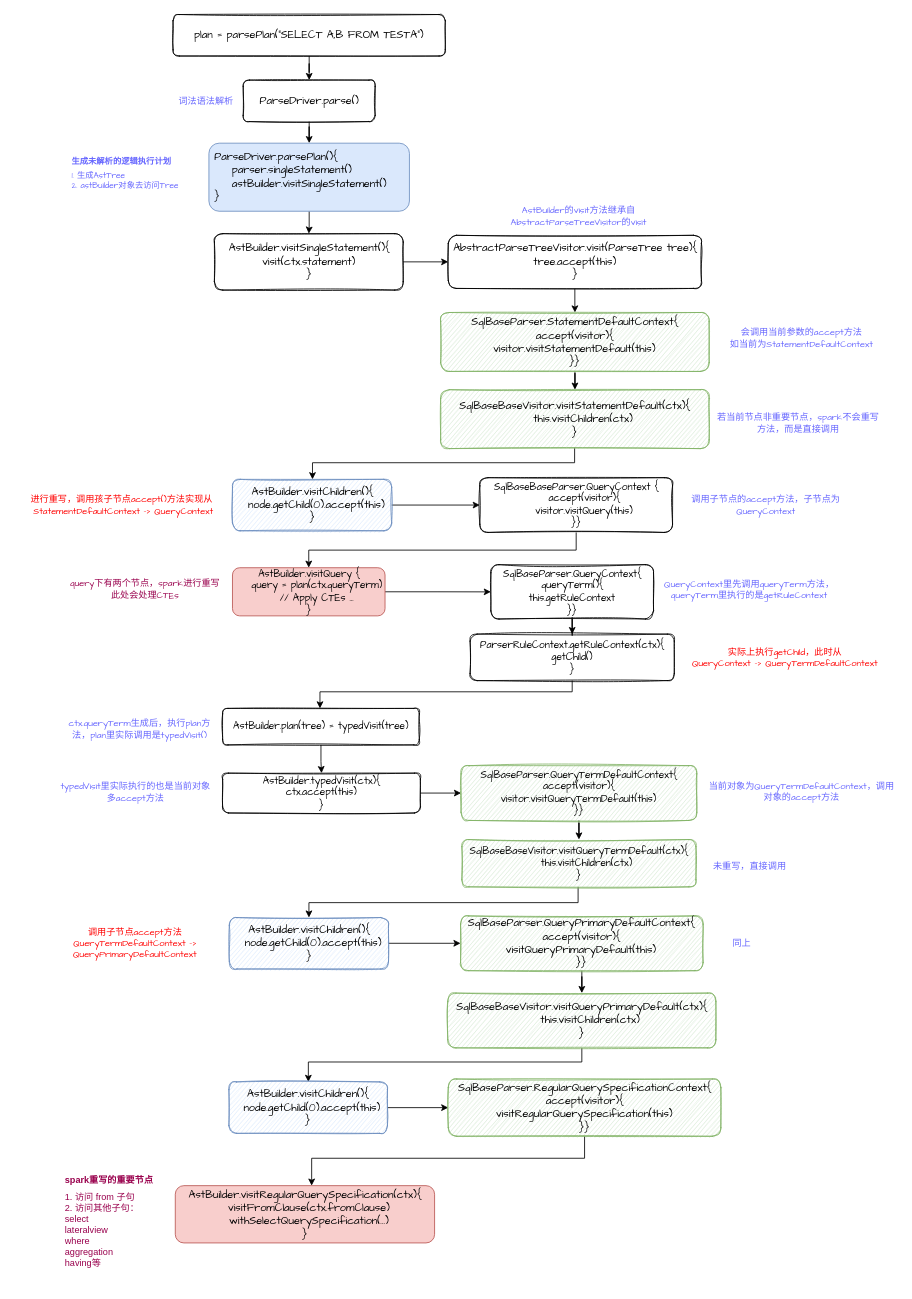
The draw.io diagram unresolved_logical_plan.drawio in kirito1015/spark_source.sql, before the edit. Source tidied: cells renumbered, new cells numbered last; positions are measured from the earlier drawing's top-left corner, leaving out a move shared by most shapes. Both pictures are drawn from the tidied source at 83%, with x=0, y=0 at pixel (14, 14).
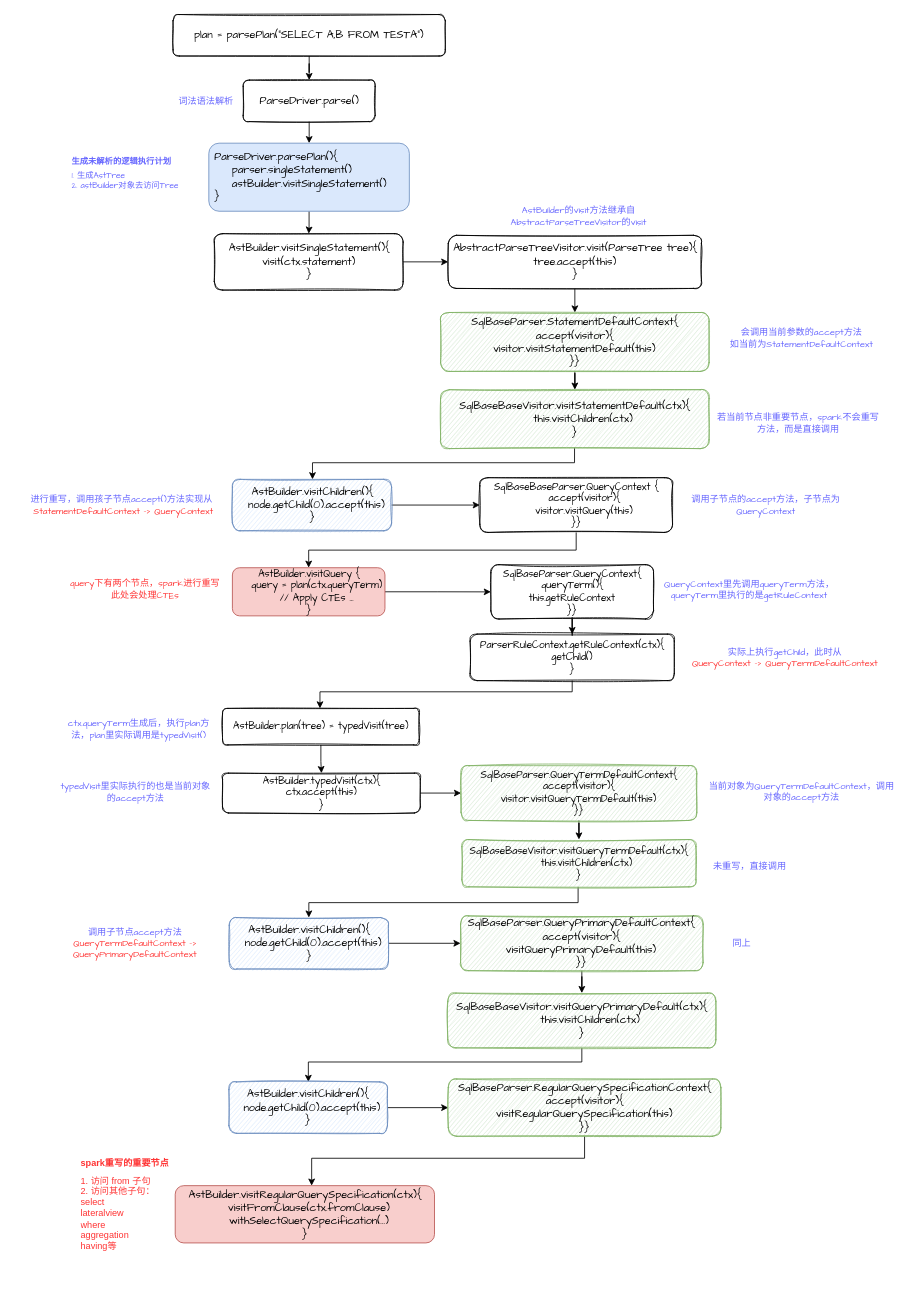
Above is the later version.

The edit, as a diff of the source:
```diff
@@
     <mxCell id="8" value="&lt;div&gt;&lt;font&gt;&lt;span style=&quot;font-size: 13.0667px&quot;&gt;&amp;nbsp;ParseDriver.parsePlan(){&lt;/span&gt;&lt;/font&gt;&lt;/div&gt;&lt;div&gt;&lt;font&gt;&lt;span style=&quot;font-size: 13.0667px&quot;&gt;&amp;nbsp; &amp;nbsp; &amp;nbsp;parser.singleStatement()&lt;/span&gt;&lt;span style=&quot;font-size: 13.0667px&quot;&gt;&lt;br&gt;&lt;/span&gt;&lt;/font&gt;&lt;/div&gt;&lt;div&gt;&lt;font&gt;&lt;span style=&quot;font-size: 13.0667px&quot;&gt;&amp;nbsp; &amp;nbsp; &amp;nbsp;astBuilder.visitSingleStatement()&lt;/span&gt;&lt;span style=&quot;font-size: 13.0667px&quot;&gt;&lt;br&gt;&lt;/span&gt;&lt;/font&gt;&lt;/div&gt;&lt;div&gt;&lt;font&gt;&lt;span style=&quot;font-size: 13.0667px&quot;&gt;&amp;nbsp;}&lt;/span&gt;&lt;/font&gt;&lt;/div&gt;" style="rounded=1;whiteSpace=wrap;html=1;sketch=0;fillColor=#dae8fc;strokeColor=#6c8ebf;shadow=0;glass=0;labelBackgroundColor=none;fontFamily=Comic Sans MS;align=left;" parent="1" vertex="1">
-      <mxGeometry x="234.2" y="155" width="241.6" height="82" as="geometry" />
+      <mxGeometry x="234.1" y="155" width="241.6" height="82" as="geometry" />
     </mxCell>
@@
     <mxCell id="10" value="&lt;div&gt;&lt;div&gt;&lt;span style=&quot;font-size: 13.0667px&quot;&gt;AstBuilder.visitSingleStatement(){&lt;/span&gt;&lt;/div&gt;&lt;div&gt;&lt;span style=&quot;font-size: 13.0667px&quot;&gt;visit(ctx.statement)&lt;/span&gt;&lt;/div&gt;&lt;div&gt;&lt;span style=&quot;font-size: 13.0667px&quot;&gt;}&lt;/span&gt;&lt;/div&gt;&lt;/div&gt;" style="rounded=1;whiteSpace=wrap;html=1;sketch=1;fillColor=none;shadow=0;glass=0;labelBackgroundColor=none;fontFamily=Comic Sans MS;align=center;" parent="1" vertex="1">
-      <mxGeometry x="240.8" y="264" width="227.5" height="68" as="geometry" />
+      <mxGeometry x="240.7" y="264" width="227.5" height="68" as="geometry" />
     </mxCell>
@@
     <mxCell id="13" value="&lt;h1 style=&quot;font-size: 10px&quot;&gt;生成未解析的逻辑执行计划&lt;/h1&gt;&lt;div style=&quot;font-size: 10px&quot;&gt;1. 生成AstTree&lt;/div&gt;&lt;div style=&quot;font-size: 10px&quot;&gt;2. astBuilder对象去访问Tree&lt;/div&gt;" style="text;html=1;strokeColor=none;fillColor=none;spacing=5;spacingTop=-20;whiteSpace=wrap;overflow=hidden;rounded=0;shadow=0;glass=0;labelBackgroundColor=none;sketch=1;fontFamily=Comic Sans MS;fontSize=10;fontColor=#6666FF;" parent="1" vertex="1">
-      <mxGeometry x="63.7" y="174" width="187" height="66" as="geometry" />
+      <mxGeometry x="63.6" y="174" width="187" height="66" as="geometry" />
     </mxCell>
@@
     <mxCell id="16" value="&lt;div&gt;&lt;span style=&quot;font-size: 13.0667px&quot;&gt;SqlBaseParser.StatementDefaultContext{&lt;/span&gt;&lt;/div&gt;&lt;div&gt;&lt;span style=&quot;font-size: 13.0667px&quot;&gt;accept(visitor){&lt;/span&gt;&lt;/div&gt;&lt;span style=&quot;font-size: 13.0667px&quot;&gt;visitor.visitStatementDefault(this)&lt;/span&gt;&lt;div&gt;&lt;span style=&quot;font-size: 13.0667px&quot;&gt;}}&lt;/span&gt;&lt;br&gt;&lt;/div&gt;" style="rounded=1;whiteSpace=wrap;html=1;sketch=1;fillColor=#d5e8d4;shadow=0;glass=0;labelBackgroundColor=none;fontFamily=Comic Sans MS;strokeColor=#82b366;" parent="1" vertex="1">
-      <mxGeometry x="513.4" y="359" width="323.5" height="71" as="geometry" />
+      <mxGeometry x="513.3" y="359" width="323.5" height="71" as="geometry" />
     </mxCell>
@@
     <mxCell id="19" value="&lt;div&gt;&lt;div&gt;&lt;span style=&quot;font-size: 13.0667px&quot;&gt;SqlBaseBaseVisitor.visitStatementDefault(ctx){&lt;/span&gt;&lt;/div&gt;&lt;div&gt;&lt;span style=&quot;font-size: 13.0667px&quot;&gt;&amp;nbsp; &amp;nbsp; this.visitChildren(ctx)&lt;/span&gt;&lt;/div&gt;&lt;div&gt;&lt;span style=&quot;font-size: 13.0667px&quot;&gt;}&lt;/span&gt;&lt;/div&gt;&lt;/div&gt;" style="rounded=1;whiteSpace=wrap;html=1;sketch=1;fillColor=#d5e8d4;shadow=0;glass=0;labelBackgroundColor=none;fontFamily=Comic Sans MS;strokeColor=#82b366;" parent="1" vertex="1">
-      <mxGeometry x="513.4" y="452" width="323.5" height="71" as="geometry" />
+      <mxGeometry x="513.3" y="452" width="323.5" height="71" as="geometry" />
     </mxCell>
@@
     <mxCell id="22" value="&lt;div&gt;&lt;span style=&quot;font-size: 13.0667px&quot;&gt;AstBuilder.visitChildren(){&lt;/span&gt;&lt;/div&gt;&lt;div&gt;&lt;span style=&quot;font-size: 13.0667px&quot;&gt;&amp;nbsp; node.getChild(0).accept(this)&lt;/span&gt;&lt;/div&gt;&lt;div&gt;&lt;span style=&quot;font-size: 13.0667px&quot;&gt;}&lt;/span&gt;&lt;/div&gt;" style="rounded=1;whiteSpace=wrap;html=1;sketch=1;fillColor=#dae8fc;shadow=0;glass=0;labelBackgroundColor=none;fontFamily=Comic Sans MS;strokeColor=#6c8ebf;" parent="1" vertex="1">
-      <mxGeometry x="262.6" y="560" width="191.8" height="62" as="geometry" />
+      <mxGeometry x="262.5" y="560" width="191.8" height="62" as="geometry" />
     </mxCell>
-    <mxCell id="23" value="进行重写，调用孩子节点accept()方法实现从&amp;nbsp;&lt;br&gt;&lt;span&gt;StatementDefaultContext -&amp;gt; QueryContext&lt;br&gt;&lt;/span&gt;&lt;div class=&quot;okr-block-clipboard&quot;&gt;&lt;/div&gt;" style="text;html=1;strokeColor=none;fillColor=none;align=center;verticalAlign=middle;whiteSpace=wrap;rounded=0;shadow=0;glass=0;labelBackgroundColor=none;sketch=1;fontSize=11;fontColor=#FF0000;fontFamily=Comic Sans MS;" parent="1" vertex="1">
+    <mxCell id="23" value="进行重写，调用孩子节点accept()方法实现从&amp;nbsp;&lt;br&gt;&lt;span&gt;&lt;font color=&quot;#ff3333&quot;&gt;StatementDefaultContext -&amp;gt; QueryContext&lt;/font&gt;&lt;br&gt;&lt;/span&gt;&lt;div class=&quot;okr-block-clipboard&quot;&gt;&lt;/div&gt;" style="text;html=1;strokeColor=none;fillColor=none;align=center;verticalAlign=middle;whiteSpace=wrap;rounded=0;shadow=0;glass=0;labelBackgroundColor=none;sketch=1;fontSize=11;fontColor=#6666FF;fontFamily=Comic Sans MS;" parent="1" vertex="1">
       <mxGeometry x="-0.2" y="555.5" width="262.8" height="71" as="geometry" />
     </mxCell>
@@
     <mxCell id="27" value="&lt;div&gt;AstBuilder.visitQuery {&lt;/div&gt;&lt;div&gt;&amp;nbsp; &amp;nbsp; query = plan(ctx.queryTerm)&lt;/div&gt;&lt;div&gt;&amp;nbsp; &amp;nbsp; // Apply CTEs ...&lt;/div&gt;&lt;div&gt;}&lt;/div&gt;" style="rounded=1;whiteSpace=wrap;html=1;sketch=0;fillColor=#f8cecc;shadow=0;glass=0;labelBackgroundColor=none;fontFamily=Comic Sans MS;strokeColor=#b85450;" parent="1" vertex="1">
-      <mxGeometry x="262.6" y="666.5" width="183.8" height="58" as="geometry" />
+      <mxGeometry x="262.5" y="666.5" width="183.8" height="58" as="geometry" />
     </mxCell>
-    <mxCell id="28" value="query下有两个节点，spark进行重写&lt;br&gt;此处会处理CTEs&lt;div class=&quot;okr-block-clipboard&quot;&gt;&lt;/div&gt;" style="text;html=1;strokeColor=none;fillColor=none;align=center;verticalAlign=middle;whiteSpace=wrap;rounded=0;shadow=0;glass=0;labelBackgroundColor=none;sketch=1;fontSize=11;fontColor=#99004D;fontFamily=Comic Sans MS;" parent="1" vertex="1">
-      <mxGeometry x="55.6" y="664" width="203.2" height="56.5" as="geometry" />
+    <mxCell id="28" value="query下有两个节点，spark进行重写&lt;br&gt;此处会处理CTEs&lt;div class=&quot;okr-block-clipboard&quot;&gt;&lt;/div&gt;" style="text;html=1;strokeColor=none;fillColor=none;align=center;verticalAlign=middle;whiteSpace=wrap;rounded=0;shadow=0;glass=0;labelBackgroundColor=none;sketch=1;fontSize=11;fontColor=#FF3333;fontFamily=Comic Sans MS;" parent="1" vertex="1">
+      <mxGeometry x="55.5" y="664" width="203.2" height="56.5" as="geometry" />
     </mxCell>
@@
-    <mxCell id="35" value="实际上执行getChild，此时从&lt;br&gt;QueryContext -&amp;gt; QueryTermDefaultContext" style="text;html=1;strokeColor=none;fillColor=none;align=center;verticalAlign=middle;whiteSpace=wrap;rounded=0;shadow=0;glass=0;labelBackgroundColor=none;sketch=1;fontSize=11;fontColor=#FF0000;fontFamily=Comic Sans MS;" parent="1" vertex="1">
+    <mxCell id="35" value="实际上执行getChild，此时从&lt;br&gt;&lt;font color=&quot;#ff3333&quot;&gt;QueryContext -&amp;gt; QueryTermDefaultContext&lt;/font&gt;" style="text;html=1;strokeColor=none;fillColor=none;align=center;verticalAlign=middle;whiteSpace=wrap;rounded=0;shadow=0;glass=0;labelBackgroundColor=none;sketch=1;fontSize=11;fontColor=#6666FF;fontFamily=Comic Sans MS;" parent="1" vertex="1">
       <mxGeometry x="799" y="740" width="259" height="69" as="geometry" />
     </mxCell>
@@
     <mxCell id="37" value="AstBuilder.plan(tree) = typedVisit(tree)" style="rounded=1;whiteSpace=wrap;html=1;sketch=1;fillColor=none;shadow=0;glass=0;labelBackgroundColor=none;fontFamily=Comic Sans MS;" parent="1" vertex="1">
-      <mxGeometry x="250.7" y="836" width="237" height="44" as="geometry" />
+      <mxGeometry x="250.6" y="836" width="237" height="44" as="geometry" />
     </mxCell>
     <mxCell id="38" value="ctx.queryTerm生成后，执行plan方法，plan里实际调用是typedVisit()" style="text;html=1;strokeColor=none;fillColor=none;align=center;verticalAlign=middle;whiteSpace=wrap;rounded=0;shadow=0;glass=0;labelBackgroundColor=none;sketch=1;fontSize=11;fontColor=#6666FF;fontFamily=Comic Sans MS;" parent="1" vertex="1">
-      <mxGeometry x="55.6" y="836" width="189.9" height="50" as="geometry" />
+      <mxGeometry x="55.5" y="836" width="189.9" height="50" as="geometry" />
     </mxCell>
@@
     <mxCell id="40" value="AstBuilder.typedVisit(ctx){&lt;br&gt;ctx.accept(this)&lt;br&gt;}" style="rounded=1;whiteSpace=wrap;html=1;sketch=1;fillColor=none;shadow=0;glass=0;labelBackgroundColor=none;fontFamily=Comic Sans MS;" parent="1" vertex="1">
-      <mxGeometry x="250.7" y="914" width="238.3" height="48" as="geometry" />
+      <mxGeometry x="250.6" y="914" width="238.3" height="48" as="geometry" />
     </mxCell>
-    <mxCell id="41" value="typedVisit里实际执行的也是当前对象多accept方法" style="text;html=1;strokeColor=none;fillColor=none;align=center;verticalAlign=middle;whiteSpace=wrap;rounded=0;shadow=0;glass=0;labelBackgroundColor=none;sketch=1;fontSize=11;fontColor=#6666FF;fontFamily=Comic Sans MS;" parent="1" vertex="1">
+    <mxCell id="41" value="typedVisit里实际执行的也是当前对象的accept方法" style="text;html=1;strokeColor=none;fillColor=none;align=center;verticalAlign=middle;whiteSpace=wrap;rounded=0;shadow=0;glass=0;labelBackgroundColor=none;sketch=1;fontSize=11;fontColor=#6666FF;fontFamily=Comic Sans MS;" parent="1" vertex="1">
       <mxGeometry x="50.8" y="912" width="189.9" height="50" as="geometry" />
     </mxCell>
@@
     <mxCell id="47" value="未重写，直接调用&lt;br&gt;&lt;div class=&quot;okr-block-clipboard&quot;&gt;&lt;/div&gt;" style="text;html=1;strokeColor=none;fillColor=none;align=center;verticalAlign=middle;whiteSpace=wrap;rounded=0;shadow=0;glass=0;labelBackgroundColor=none;sketch=1;fontSize=11;fontColor=#6666FF;fontFamily=Comic Sans MS;" parent="1" vertex="1">
-      <mxGeometry x="819.8" y="1005" width="131.5" height="41" as="geometry" />
+      <mxGeometry x="819.7" y="1005" width="131.5" height="41" as="geometry" />
     </mxCell>
@@
     <mxCell id="49" value="&lt;div&gt;&lt;span style=&quot;font-size: 13.0667px&quot;&gt;AstBuilder.visitChildren(){&lt;/span&gt;&lt;/div&gt;&lt;div&gt;&lt;span style=&quot;font-size: 13.0667px&quot;&gt;&amp;nbsp; node.getChild(0).accept(this)&lt;/span&gt;&lt;/div&gt;&lt;div&gt;&lt;span style=&quot;font-size: 13.0667px&quot;&gt;}&lt;/span&gt;&lt;/div&gt;" style="rounded=1;whiteSpace=wrap;html=1;sketch=1;fillColor=#dae8fc;shadow=0;glass=0;labelBackgroundColor=none;fontFamily=Comic Sans MS;strokeColor=#6c8ebf;" parent="1" vertex="1">
-      <mxGeometry x="258.8" y="1088" width="191.8" height="62" as="geometry" />
+      <mxGeometry x="258.7" y="1088" width="191.8" height="62" as="geometry" />
     </mxCell>
@@
-    <mxCell id="52" value="&lt;span&gt;调用子节点accept方法QueryTermDefaultContext -&amp;gt; QueryPrimaryDefaultContext&lt;br&gt;&lt;/span&gt;&lt;div class=&quot;okr-block-clipboard&quot;&gt;&lt;/div&gt;" style="text;html=1;strokeColor=none;fillColor=none;align=center;verticalAlign=middle;whiteSpace=wrap;rounded=0;shadow=0;glass=0;labelBackgroundColor=none;sketch=1;fontSize=11;fontColor=#FF0000;fontFamily=Comic Sans MS;" parent="1" vertex="1">
-      <mxGeometry x="44" y="1093" width="202.5" height="52" as="geometry" />
+    <mxCell id="52" value="调用子节点accept方法&lt;font color=&quot;#ff3333&quot;&gt;QueryTermDefaultContext -&amp;gt; QueryPrimaryDefaultContext&lt;/font&gt;&lt;br&gt;&lt;div class=&quot;okr-block-clipboard&quot;&gt;&lt;/div&gt;" style="text;html=1;strokeColor=none;fillColor=none;align=center;verticalAlign=middle;whiteSpace=wrap;rounded=0;shadow=0;glass=0;labelBackgroundColor=none;sketch=1;fontSize=11;fontColor=#6666FF;fontFamily=Comic Sans MS;" parent="1" vertex="1">
+      <mxGeometry x="43.9" y="1093" width="202.5" height="52" as="geometry" />
     </mxCell>
@@
     <mxCell id="60" value="&lt;div&gt;&lt;span style=&quot;font-size: 13.0667px&quot;&gt;AstBuilder.visitRegularQuerySpecification(ctx){&lt;/span&gt;&lt;/div&gt;&lt;div&gt;&lt;span style=&quot;font-size: 13.0667px&quot;&gt;&amp;nbsp; visitFromClause(ctx.fromClause)&lt;/span&gt;&lt;/div&gt;&lt;div&gt;&lt;span style=&quot;font-size: 13.0667px&quot;&gt;&amp;nbsp; withSelectQuerySpecification(...)&lt;/span&gt;&lt;/div&gt;&lt;div&gt;&lt;span style=&quot;font-size: 13.0667px&quot;&gt;}&lt;/span&gt;&lt;/div&gt;" style="rounded=1;whiteSpace=wrap;html=1;sketch=0;fillColor=#f8cecc;shadow=0;glass=0;labelBackgroundColor=none;fontFamily=Comic Sans MS;strokeColor=#b85450;" parent="1" vertex="1">
-      <mxGeometry x="193.7" y="1411" width="312.4" height="69" as="geometry" />
+      <mxGeometry x="193.6" y="1411" width="312.4" height="69" as="geometry" />
     </mxCell>
-    <mxCell id="61" value="&lt;h1 style=&quot;font-size: 11px&quot;&gt;spark重写的重要节点&lt;/h1&gt;&lt;div style=&quot;font-size: 11px&quot;&gt;1. 访问 from 子句&lt;/div&gt;&lt;div style=&quot;font-size: 11px&quot;&gt;2. 访问其他子句：&lt;/div&gt;&lt;div style=&quot;font-size: 11px&quot;&gt;select&lt;/div&gt;&lt;div style=&quot;font-size: 11px&quot;&gt;lateralview&lt;/div&gt;&lt;div style=&quot;font-size: 11px&quot;&gt;where&lt;/div&gt;&lt;div style=&quot;font-size: 11px&quot;&gt;aggregation&lt;/div&gt;&lt;div style=&quot;font-size: 11px&quot;&gt;having等&lt;/div&gt;" style="text;html=1;strokeColor=none;fillColor=none;spacing=5;spacingTop=-20;whiteSpace=wrap;overflow=hidden;rounded=0;sketch=0;fontColor=#99004D;fontSize=11;" parent="1" vertex="1">
-      <mxGeometry x="55.6" y="1401" width="133" height="129" as="geometry" />
+    <mxCell id="61" value="&lt;h1 style=&quot;font-size: 11px&quot;&gt;spark重写的重要节点&lt;/h1&gt;&lt;div style=&quot;font-size: 11px&quot;&gt;1. 访问 from 子句&lt;/div&gt;&lt;div style=&quot;font-size: 11px&quot;&gt;2. 访问其他子句：&lt;/div&gt;&lt;div style=&quot;font-size: 11px&quot;&gt;select&lt;/div&gt;&lt;div style=&quot;font-size: 11px&quot;&gt;lateralview&lt;/div&gt;&lt;div style=&quot;font-size: 11px&quot;&gt;where&lt;/div&gt;&lt;div style=&quot;font-size: 11px&quot;&gt;aggregation&lt;/div&gt;&lt;div style=&quot;font-size: 11px&quot;&gt;having等&lt;/div&gt;" style="text;html=1;strokeColor=none;fillColor=none;spacing=5;spacingTop=-20;whiteSpace=wrap;overflow=hidden;rounded=0;sketch=0;fontColor=#FF3333;fontSize=11;" parent="1" vertex="1">
+      <mxGeometry x="75" y="1381" width="133" height="129" as="geometry" />
     </mxCell>
```
